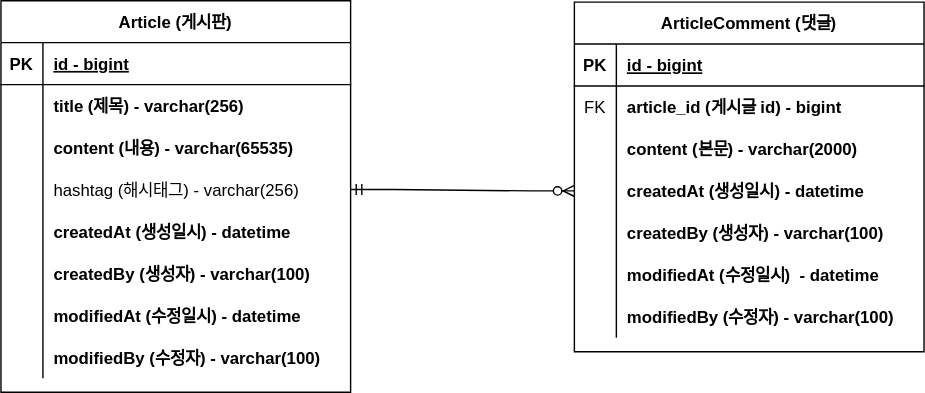
The draw.io diagram document/project-board-erd.svg in kimhyeyun/SPRING-BOARD-PROJECT, before a commit. Source tidied: cells renumbered, new cells last; positions are measured from the earlier drawing's top-left corner, leaving out a move shared by most shapes.
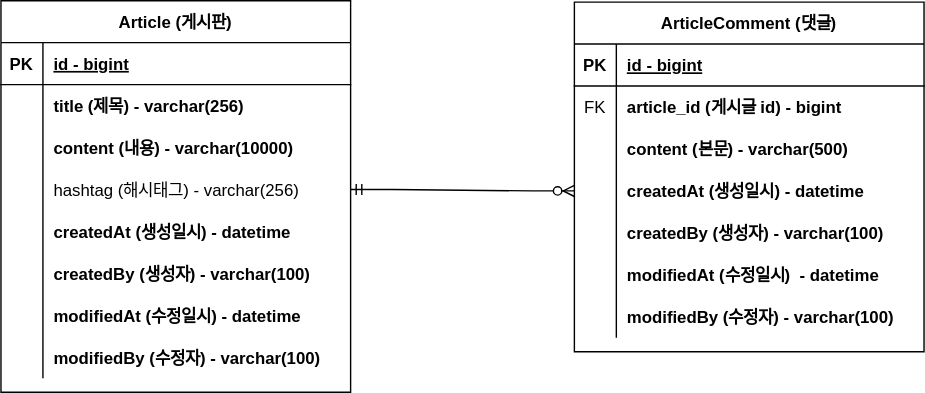
After the commit.

Commit message:
#10 - ERD 업데이트 : content 사이즈 변경

Diff of the diagram source:
```diff
@@ -29,7 +29,7 @@
     <mxCell id="10" style="shape=partialRectangle;overflow=hidden;fillColor=none;top=0;left=0;bottom=0;right=0;" parent="9" vertex="1">
       <mxGeometry width="30" height="30" as="geometry" />
     </mxCell>
-    <mxCell id="11" value="content (내용) - varchar(65535)" style="shape=partialRectangle;overflow=hidden;fillColor=none;top=0;left=0;bottom=0;right=0;align=left;spacingLeft=6;fontStyle=1;" parent="9" vertex="1">
+    <mxCell id="11" value="content (내용) - varchar(10000)" style="shape=partialRectangle;overflow=hidden;fillColor=none;top=0;left=0;bottom=0;right=0;align=left;spacingLeft=6;fontStyle=1;" parent="9" vertex="1">
       <mxGeometry x="30" width="220" height="30" as="geometry" />
     </mxCell>
     <mxCell id="12" style="shape=partialRectangle;fillColor=none;top=0;left=0;right=0;bottom=0;" parent="2" vertex="1">
@@ -104,7 +104,7 @@
     <mxCell id="35" style="shape=partialRectangle;overflow=hidden;fillColor=none;top=0;left=0;bottom=0;right=0;" parent="34" vertex="1">
       <mxGeometry width="30" height="30" as="geometry" />
     </mxCell>
-    <mxCell id="36" value="content (본문) - varchar(2000)" style="shape=partialRectangle;overflow=hidden;fillColor=none;top=0;left=0;bottom=0;right=0;align=left;spacingLeft=6;fontStyle=1;" parent="34" vertex="1">
+    <mxCell id="36" value="content (본문) - varchar(500)" style="shape=partialRectangle;overflow=hidden;fillColor=none;top=0;left=0;bottom=0;right=0;align=left;spacingLeft=6;fontStyle=1;" parent="34" vertex="1">
       <mxGeometry x="30" width="220" height="30" as="geometry" />
     </mxCell>
     <mxCell id="37" style="shape=partialRectangle;fillColor=none;points=[[0,0.5],[1,0.5]];portConstraint=eastwest;top=0;left=0;right=0;bottom=0;" parent="27" vertex="1">
```
